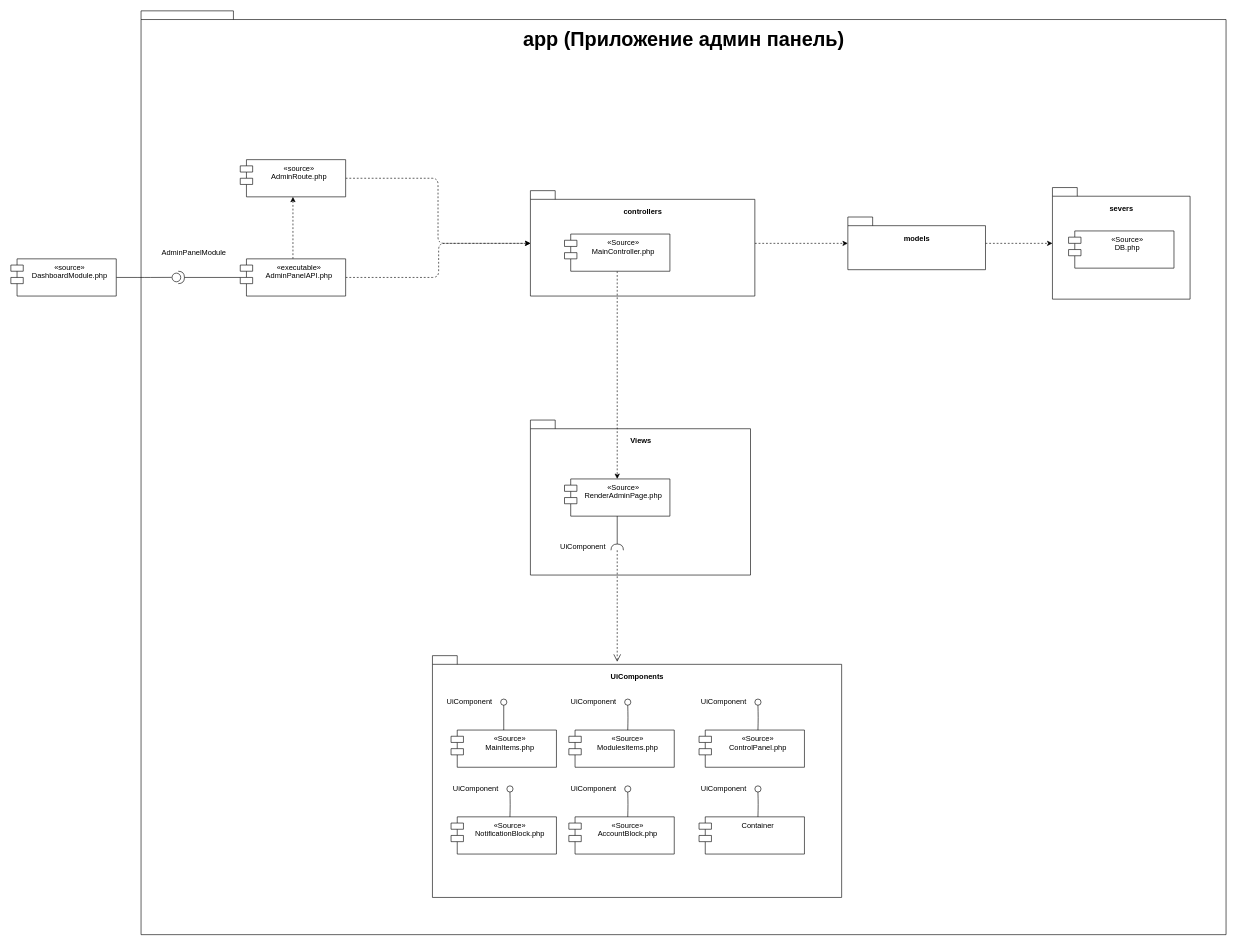
Above: component diagrams.drawio in VadimContentHunter/admin-panel (draw.io), before the change. Source tidied: cells renumbered, new cells numbered last; positions are measured from the earlier drawing's top-left corner, leaving out a move shared by most shapes. Both pictures are drawn from the tidied source at 62%, with x=0, y=0 at pixel (11, 11).
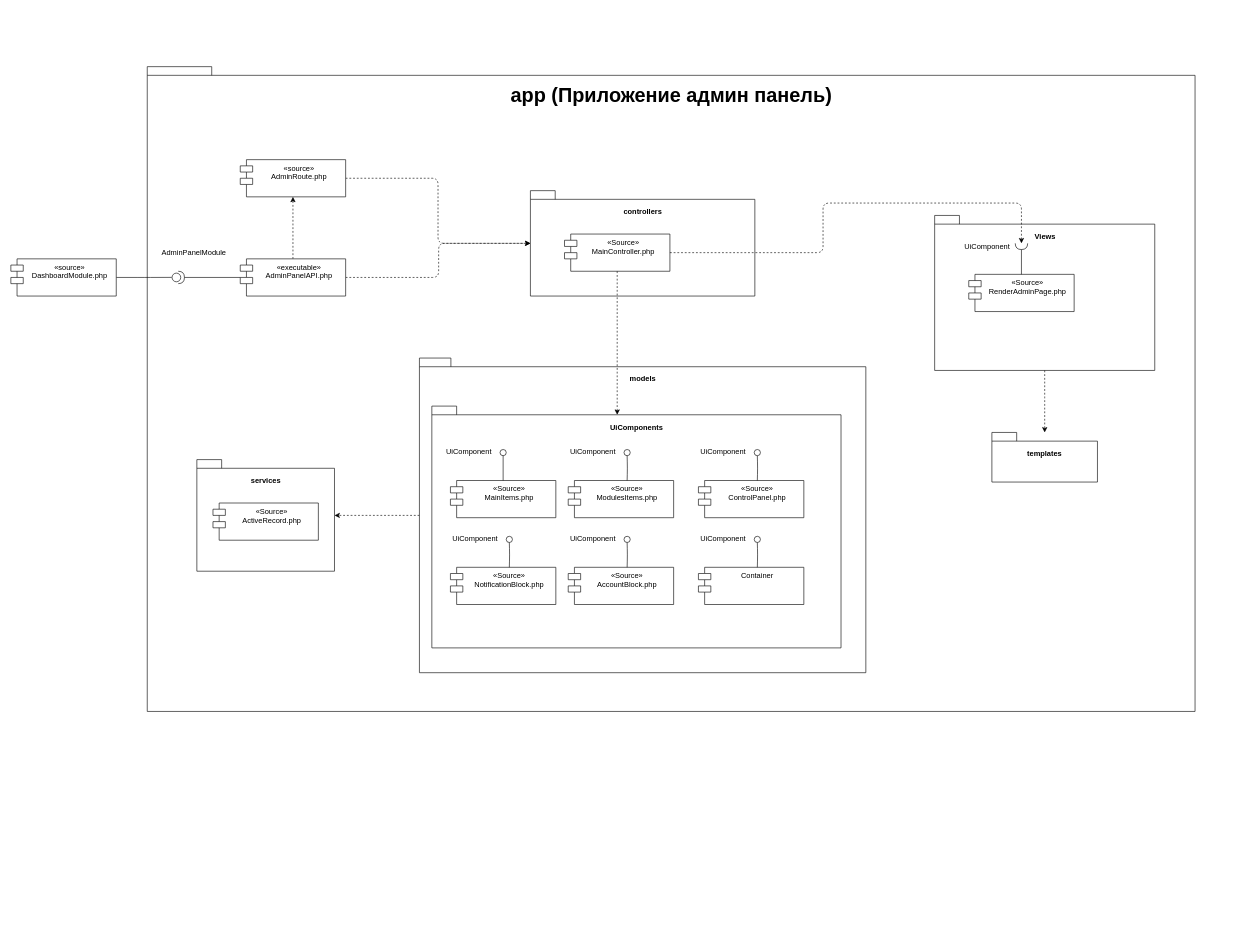
The same diagram, later.

The change refers to these unchanged cells:
```xml
<mxCell id="4" value="controllers" style="shape=folder;fontStyle=1;spacingTop=20;tabWidth=40;tabHeight=14;tabPosition=left;html=1;verticalAlign=top;" parent="1" vertex="1">
  <mxGeometry x="838" y="290" width="362" height="170" as="geometry" />
</mxCell>
<mxCell id="16" value="«executable»&#10;AdminPanelAPI.php" style="shape=module;align=left;spacingLeft=20;align=center;verticalAlign=top;" parent="1" vertex="1">
  <mxGeometry x="370" y="400" width="170" height="60" as="geometry" />
</mxCell>
<mxCell id="21" value="«Source»&#10;MainController.php" style="shape=module;align=left;spacingLeft=20;align=center;verticalAlign=top;" parent="1" vertex="1">
  <mxGeometry x="893" y="360" width="170" height="60" as="geometry" />
</mxCell>
```

The edit, as a diff of the source:
```diff
@@
     <mxCell id="2" value="app (Приложение админ панель)" style="shape=folder;fontStyle=1;spacingTop=20;tabWidth=40;tabHeight=14;tabPosition=left;html=1;fontSize=32;verticalAlign=top;" parent="1" vertex="1">
-      <mxGeometry x="210" width="1750" height="1490" as="geometry" />
+      <mxGeometry x="220" y="90" width="1690" height="1040" as="geometry" />
     </mxCell>
-    <mxCell id="3" style="edgeStyle=orthogonalEdgeStyle;rounded=1;html=1;dashed=1;" parent="1" edge="1" source="4" target="23">
-      <mxGeometry relative="1" as="geometry" />
-    </mxCell>
@@
-    <mxCell id="5" style="group;" parent="1" vertex="1">
-      <mxGeometry x="838" y="660" width="355" height="250" as="geometry" />
-    </mxCell>
-    <mxCell id="6" value="Views" style="shape=folder;fontStyle=1;spacingTop=20;tabWidth=40;tabHeight=14;tabPosition=left;html=1;fontColor=default;verticalAlign=top;" parent="5" vertex="1">
-      <mxGeometry width="355" height="250" as="geometry" />
-    </mxCell>
-    <mxCell id="7" value="«Source»&#10;RenderAdminPage.php" style="shape=module;align=left;spacingLeft=20;align=center;verticalAlign=top;" parent="5" vertex="1">
-      <mxGeometry x="55" y="95" width="170" height="60" as="geometry" />
-    </mxCell>
-    <mxCell id="8" style="rounded=0;jettySize=auto;html=1;endArrow=none;endFill=0;sketch=0;sourcePerimeterSpacing=0;targetPerimeterSpacing=0;" parent="5" edge="1" source="7" target="10">
-      <mxGeometry relative="1" as="geometry" />
-    </mxCell>
-    <mxCell id="9" value="UiComponent" style="text;html=1;strokeColor=none;fillColor=none;align=center;verticalAlign=middle;whiteSpace=wrap;rounded=0;" parent="5" vertex="1">
-      <mxGeometry x="45" y="198.8" width="80" height="12.5" as="geometry" />
-    </mxCell>
-    <mxCell id="10" style="shape=requiredInterface;html=1;verticalLabelPosition=bottom;sketch=0;rotation=-90;fontColor=default;" parent="5" vertex="1">
-      <mxGeometry x="135" y="195" width="10" height="20" as="geometry" />
-    </mxCell>
-    <mxCell id="11" style="edgeStyle=orthogonalEdgeStyle;rounded=1;jumpStyle=none;html=1;dashed=1;strokeWidth=1;fontSize=12;fontColor=default;startArrow=none;startFill=0;endArrow=open;endFill=0;endSize=10;" parent="1" edge="1" source="10">
-      <mxGeometry relative="1" as="geometry">
-        <mxPoint x="978" y="1050" as="targetPoint" />
-      </mxGeometry>
-    </mxCell>
@@
-    <mxCell id="20" style="edgeStyle=orthogonalEdgeStyle;rounded=1;html=1;dashed=1;" parent="1" edge="1" source="21" target="7">
-      <mxGeometry relative="1" as="geometry" />
-    </mxCell>
@@
-    <mxCell id="23" value="models" style="shape=folder;fontStyle=1;spacingTop=20;tabWidth=40;tabHeight=14;tabPosition=left;html=1;verticalAlign=top;" parent="1" vertex="1">
-      <mxGeometry x="1350" y="332.5" width="222" height="85" as="geometry" />
-    </mxCell>
+    <mxCell id="52" style="shape=providedRequiredInterface;html=1;verticalLabelPosition=bottom;sketch=0;fontSize=32;" parent="1" vertex="1">
+      <mxGeometry x="260" y="420" width="20" height="20" as="geometry" />
+    </mxCell>
+    <mxCell id="53" style="edgeStyle=orthogonalEdgeStyle;rounded=1;jumpStyle=none;html=1;strokeWidth=1;fontColor=default;startArrow=none;startFill=0;endArrow=none;endFill=0;endSize=10;exitX=1;exitY=0.5;exitDx=0;exitDy=0;exitPerimeter=0;" parent="1" edge="1" source="52" target="16">
+      <mxGeometry relative="1" as="geometry" />
+    </mxCell>
+    <mxCell id="54" style="group;" parent="1" vertex="1">
+      <mxGeometry x="1490" y="330" width="355" height="250" as="geometry" />
+    </mxCell>
+    <mxCell id="6" value="Views" style="shape=folder;fontStyle=1;spacingTop=20;tabWidth=40;tabHeight=14;tabPosition=left;html=1;fontColor=default;verticalAlign=top;" parent="54" vertex="1">
+      <mxGeometry width="355" height="250" as="geometry" />
+    </mxCell>
+    <mxCell id="7" value="«Source»&#10;RenderAdminPage.php" style="shape=module;align=left;spacingLeft=20;align=center;verticalAlign=top;" parent="54" vertex="1">
+      <mxGeometry x="55" y="95" width="170" height="60" as="geometry" />
+    </mxCell>
+    <mxCell id="8" style="rounded=0;jettySize=auto;html=1;endArrow=none;endFill=0;sketch=0;sourcePerimeterSpacing=0;targetPerimeterSpacing=0;" parent="54" edge="1" source="7" target="10">
+      <mxGeometry relative="1" as="geometry" />
+    </mxCell>
+    <mxCell id="9" value="UiComponent" style="text;html=1;strokeColor=none;fillColor=none;align=center;verticalAlign=middle;whiteSpace=wrap;rounded=0;" parent="54" vertex="1">
+      <mxGeometry x="45" y="43.8" width="80" height="12.5" as="geometry" />
+    </mxCell>
+    <mxCell id="10" style="shape=requiredInterface;html=1;verticalLabelPosition=bottom;sketch=0;rotation=0;fontColor=default;direction=south;" parent="54" vertex="1">
+      <mxGeometry x="130" y="45" width="20" height="10" as="geometry" />
+    </mxCell>
+    <mxCell id="55" style="group;" parent="1" vertex="1">
+      <mxGeometry x="300" y="723.8" width="222" height="180" as="geometry" />
+    </mxCell>
-    <mxCell id="24" value="severs" style="shape=folder;fontStyle=1;spacingTop=20;tabWidth=40;tabHeight=14;tabPosition=left;html=1;verticalAlign=top;" parent="1" vertex="1">
-      <mxGeometry x="1680" y="285" width="222" height="180" as="geometry" />
+    <mxCell id="24" value="services" style="shape=folder;fontStyle=1;spacingTop=20;tabWidth=40;tabHeight=14;tabPosition=left;html=1;verticalAlign=top;" parent="55" vertex="1">
+      <mxGeometry width="222" height="180" as="geometry" />
     </mxCell>
-    <mxCell id="25" value="«Source»&#10;DB.php" style="shape=module;align=left;spacingLeft=20;align=center;verticalAlign=top;" parent="1" vertex="1">
-      <mxGeometry x="1706" y="355" width="170" height="60" as="geometry" />
+    <mxCell id="25" value="«Source»&#10;ActiveRecord.php" style="shape=module;align=left;spacingLeft=20;align=center;verticalAlign=top;" parent="55" vertex="1">
+      <mxGeometry x="26" y="70" width="170" height="60" as="geometry" />
     </mxCell>
-    <mxCell id="26" style="group;" parent="1" vertex="1">
-      <mxGeometry x="680" y="1040" width="660" height="390" as="geometry" />
-    </mxCell>
+    <mxCell id="20" style="edgeStyle=orthogonalEdgeStyle;rounded=1;html=1;dashed=1;entryX=0;entryY=0.5;entryDx=0;entryDy=0;entryPerimeter=0;" parent="1" edge="1" source="21" target="10">
+      <mxGeometry relative="1" as="geometry">
+        <Array as="points">
+          <mxPoint x="1310" y="390" />
+          <mxPoint x="1310" y="310" />
+          <mxPoint x="1630" y="310" />
+        </Array>
+      </mxGeometry>
+    </mxCell>
+    <mxCell id="23" value="models" style="shape=folder;fontStyle=1;spacingTop=20;tabWidth=40;tabHeight=14;tabPosition=left;html=1;verticalAlign=top;" parent="1" vertex="1">
+      <mxGeometry x="659" y="560" width="720" height="507.5" as="geometry" />
+    </mxCell>
+    <mxCell id="56" style="group;" parent="1" vertex="1">
+      <mxGeometry x="679" y="637.5" width="660" height="390" as="geometry" />
+    </mxCell>
-    <mxCell id="27" value="UiComponents" style="shape=folder;fontStyle=1;spacingTop=20;tabWidth=40;tabHeight=14;tabPosition=left;align=center;spacing=2;fontColor=default;html=1;verticalAlign=top;" parent="26" vertex="1">
+    <mxCell id="27" value="UiComponents" style="shape=folder;fontStyle=1;spacingTop=20;tabWidth=40;tabHeight=14;tabPosition=left;align=center;spacing=2;fontColor=default;html=1;verticalAlign=top;" parent="56" vertex="1">
       <mxGeometry width="660" height="390" as="geometry" />
     </mxCell>
-    <mxCell id="28" value="«Source»&#10;MainItems.php" style="shape=module;align=left;spacingLeft=20;align=center;verticalAlign=top;" parent="26" vertex="1">
+    <mxCell id="28" value="«Source»&#10;MainItems.php" style="shape=module;align=left;spacingLeft=20;align=center;verticalAlign=top;" parent="56" vertex="1">
       <mxGeometry x="30" y="120" width="170" height="60" as="geometry" />
     </mxCell>
-    <mxCell id="29" value="«Source»&#10;ModulesItems.php" style="shape=module;align=left;spacingLeft=20;align=center;verticalAlign=top;" parent="26" vertex="1">
+    <mxCell id="29" value="«Source»&#10;ModulesItems.php" style="shape=module;align=left;spacingLeft=20;align=center;verticalAlign=top;" parent="56" vertex="1">
       <mxGeometry x="220" y="120" width="170" height="60" as="geometry" />
     </mxCell>
-    <mxCell id="30" value="«Source»&#10;ControlPanel.php" style="shape=module;align=left;spacingLeft=20;align=center;verticalAlign=top;" parent="26" vertex="1">
+    <mxCell id="30" value="«Source»&#10;ControlPanel.php" style="shape=module;align=left;spacingLeft=20;align=center;verticalAlign=top;" parent="56" vertex="1">
       <mxGeometry x="430" y="120" width="170" height="60" as="geometry" />
     </mxCell>
-    <mxCell id="31" value="«Source»&#10;NotificationBlock.php" style="shape=module;align=left;spacingLeft=20;align=center;verticalAlign=top;" parent="26" vertex="1">
+    <mxCell id="31" value="«Source»&#10;NotificationBlock.php" style="shape=module;align=left;spacingLeft=20;align=center;verticalAlign=top;" parent="56" vertex="1">
       <mxGeometry x="30" y="260" width="170" height="60" as="geometry" />
     </mxCell>
-    <mxCell id="32" value="«Source»&#10;AccountBlock.php" style="shape=module;align=left;spacingLeft=20;align=center;verticalAlign=top;" parent="26" vertex="1">
+    <mxCell id="32" value="«Source»&#10;AccountBlock.php" style="shape=module;align=left;spacingLeft=20;align=center;verticalAlign=top;" parent="56" vertex="1">
       <mxGeometry x="220" y="260" width="170" height="60" as="geometry" />
     </mxCell>
-    <mxCell id="33" value="Container" style="shape=module;align=left;spacingLeft=20;align=center;verticalAlign=top;" parent="26" vertex="1">
+    <mxCell id="33" value="Container" style="shape=module;align=left;spacingLeft=20;align=center;verticalAlign=top;" parent="56" vertex="1">
       <mxGeometry x="430" y="260" width="170" height="60" as="geometry" />
     </mxCell>
-    <mxCell id="34" style="ellipse;whiteSpace=wrap;html=1;align=center;points=[];outlineConnect=0;sketch=0;strokeWidth=1;fontSize=12;" parent="26" vertex="1">
+    <mxCell id="34" style="ellipse;whiteSpace=wrap;html=1;align=center;points=[];outlineConnect=0;sketch=0;strokeWidth=1;fontSize=12;" parent="56" vertex="1">
       <mxGeometry x="110" y="70" width="10" height="10" as="geometry" />
     </mxCell>
-    <mxCell id="35" style="edgeStyle=orthogonalEdgeStyle;rounded=1;jumpStyle=none;html=1;strokeWidth=1;fontColor=default;startArrow=none;startFill=0;endArrow=none;endFill=0;endSize=10;" parent="26" edge="1" source="28" target="34">
+    <mxCell id="35" style="edgeStyle=orthogonalEdgeStyle;rounded=1;jumpStyle=none;html=1;strokeWidth=1;fontColor=default;startArrow=none;startFill=0;endArrow=none;endFill=0;endSize=10;" parent="56" edge="1" source="28" target="34">
       <mxGeometry relative="1" as="geometry" />
     </mxCell>
-    <mxCell id="36" value="UiComponent" style="text;html=1;strokeColor=none;fillColor=none;align=center;verticalAlign=middle;whiteSpace=wrap;rounded=0;" parent="26" vertex="1">
+    <mxCell id="36" value="UiComponent" style="text;html=1;strokeColor=none;fillColor=none;align=center;verticalAlign=middle;whiteSpace=wrap;rounded=0;" parent="56" vertex="1">
       <mxGeometry x="20" y="67.5" width="80" height="12.5" as="geometry" />
     </mxCell>
-    <mxCell id="37" style="ellipse;whiteSpace=wrap;html=1;align=center;points=[];outlineConnect=0;sketch=0;strokeWidth=1;fontSize=12;" parent="26" vertex="1">
+    <mxCell id="37" style="ellipse;whiteSpace=wrap;html=1;align=center;points=[];outlineConnect=0;sketch=0;strokeWidth=1;fontSize=12;" parent="56" vertex="1">
       <mxGeometry x="310" y="70" width="10" height="10" as="geometry" />
     </mxCell>
-    <mxCell id="38" style="edgeStyle=orthogonalEdgeStyle;rounded=1;jumpStyle=none;html=1;strokeWidth=1;fontColor=default;startArrow=none;startFill=0;endArrow=none;endFill=0;endSize=10;" parent="26" edge="1" target="37">
+    <mxCell id="38" style="edgeStyle=orthogonalEdgeStyle;rounded=1;jumpStyle=none;html=1;strokeWidth=1;fontColor=default;startArrow=none;startFill=0;endArrow=none;endFill=0;endSize=10;" parent="56" edge="1" target="37">
       <mxGeometry relative="1" as="geometry">
         <mxPoint x="315" y="120" as="sourcePoint" />
       </mxGeometry>
     </mxCell>
-    <mxCell id="39" value="UiComponent" style="text;html=1;strokeColor=none;fillColor=none;align=center;verticalAlign=middle;whiteSpace=wrap;rounded=0;" parent="26" vertex="1">
+    <mxCell id="39" value="UiComponent" style="text;html=1;strokeColor=none;fillColor=none;align=center;verticalAlign=middle;whiteSpace=wrap;rounded=0;" parent="56" vertex="1">
       <mxGeometry x="220" y="67.5" width="80" height="12.5" as="geometry" />
     </mxCell>
-    <mxCell id="40" style="ellipse;whiteSpace=wrap;html=1;align=center;points=[];outlineConnect=0;sketch=0;strokeWidth=1;fontSize=12;" parent="26" vertex="1">
+    <mxCell id="40" style="ellipse;whiteSpace=wrap;html=1;align=center;points=[];outlineConnect=0;sketch=0;strokeWidth=1;fontSize=12;" parent="56" vertex="1">
       <mxGeometry x="520" y="70" width="10" height="10" as="geometry" />
     </mxCell>
-    <mxCell id="41" style="edgeStyle=orthogonalEdgeStyle;rounded=1;jumpStyle=none;html=1;strokeWidth=1;fontColor=default;startArrow=none;startFill=0;endArrow=none;endFill=0;endSize=10;" parent="26" edge="1" target="40">
+    <mxCell id="41" style="edgeStyle=orthogonalEdgeStyle;rounded=1;jumpStyle=none;html=1;strokeWidth=1;fontColor=default;startArrow=none;startFill=0;endArrow=none;endFill=0;endSize=10;" parent="56" edge="1" target="40">
       <mxGeometry relative="1" as="geometry">
         <mxPoint x="525" y="120" as="sourcePoint" />
       </mxGeometry>
     </mxCell>
-    <mxCell id="42" value="UiComponent" style="text;html=1;strokeColor=none;fillColor=none;align=center;verticalAlign=middle;whiteSpace=wrap;rounded=0;" parent="26" vertex="1">
+    <mxCell id="42" value="UiComponent" style="text;html=1;strokeColor=none;fillColor=none;align=center;verticalAlign=middle;whiteSpace=wrap;rounded=0;" parent="56" vertex="1">
       <mxGeometry x="430" y="67.5" width="80" height="12.5" as="geometry" />
     </mxCell>
-    <mxCell id="43" style="ellipse;whiteSpace=wrap;html=1;align=center;points=[];outlineConnect=0;sketch=0;strokeWidth=1;fontSize=12;" parent="26" vertex="1">
+    <mxCell id="43" style="ellipse;whiteSpace=wrap;html=1;align=center;points=[];outlineConnect=0;sketch=0;strokeWidth=1;fontSize=12;" parent="56" vertex="1">
       <mxGeometry x="520" y="210" width="10" height="10" as="geometry" />
     </mxCell>
-    <mxCell id="44" style="edgeStyle=orthogonalEdgeStyle;rounded=1;jumpStyle=none;html=1;strokeWidth=1;fontColor=default;startArrow=none;startFill=0;endArrow=none;endFill=0;endSize=10;" parent="26" edge="1" target="43">
+    <mxCell id="44" style="edgeStyle=orthogonalEdgeStyle;rounded=1;jumpStyle=none;html=1;strokeWidth=1;fontColor=default;startArrow=none;startFill=0;endArrow=none;endFill=0;endSize=10;" parent="56" edge="1" target="43">
       <mxGeometry relative="1" as="geometry">
         <mxPoint x="525" y="260" as="sourcePoint" />
       </mxGeometry>
     </mxCell>
-    <mxCell id="45" value="UiComponent" style="text;html=1;strokeColor=none;fillColor=none;align=center;verticalAlign=middle;whiteSpace=wrap;rounded=0;" parent="26" vertex="1">
+    <mxCell id="45" value="UiComponent" style="text;html=1;strokeColor=none;fillColor=none;align=center;verticalAlign=middle;whiteSpace=wrap;rounded=0;" parent="56" vertex="1">
       <mxGeometry x="430" y="207.5" width="80" height="12.5" as="geometry" />
     </mxCell>
-    <mxCell id="46" style="ellipse;whiteSpace=wrap;html=1;align=center;points=[];outlineConnect=0;sketch=0;strokeWidth=1;fontSize=12;" parent="26" vertex="1">
+    <mxCell id="46" style="ellipse;whiteSpace=wrap;html=1;align=center;points=[];outlineConnect=0;sketch=0;strokeWidth=1;fontSize=12;" parent="56" vertex="1">
       <mxGeometry x="310" y="210" width="10" height="10" as="geometry" />
     </mxCell>
-    <mxCell id="47" style="edgeStyle=orthogonalEdgeStyle;rounded=1;jumpStyle=none;html=1;strokeWidth=1;fontColor=default;startArrow=none;startFill=0;endArrow=none;endFill=0;endSize=10;" parent="26" edge="1" target="46">
+    <mxCell id="47" style="edgeStyle=orthogonalEdgeStyle;rounded=1;jumpStyle=none;html=1;strokeWidth=1;fontColor=default;startArrow=none;startFill=0;endArrow=none;endFill=0;endSize=10;" parent="56" edge="1" target="46">
       <mxGeometry relative="1" as="geometry">
         <mxPoint x="315" y="260" as="sourcePoint" />
       </mxGeometry>
     </mxCell>
-    <mxCell id="48" value="UiComponent" style="text;html=1;strokeColor=none;fillColor=none;align=center;verticalAlign=middle;whiteSpace=wrap;rounded=0;" parent="26" vertex="1">
+    <mxCell id="48" value="UiComponent" style="text;html=1;strokeColor=none;fillColor=none;align=center;verticalAlign=middle;whiteSpace=wrap;rounded=0;" parent="56" vertex="1">
       <mxGeometry x="220" y="207.5" width="80" height="12.5" as="geometry" />
     </mxCell>
-    <mxCell id="49" style="ellipse;whiteSpace=wrap;html=1;align=center;points=[];outlineConnect=0;sketch=0;strokeWidth=1;fontSize=12;" parent="26" vertex="1">
+    <mxCell id="49" style="ellipse;whiteSpace=wrap;html=1;align=center;points=[];outlineConnect=0;sketch=0;strokeWidth=1;fontSize=12;" parent="56" vertex="1">
       <mxGeometry x="120" y="210" width="10" height="10" as="geometry" />
     </mxCell>
-    <mxCell id="50" style="edgeStyle=orthogonalEdgeStyle;rounded=1;jumpStyle=none;html=1;strokeWidth=1;fontColor=default;startArrow=none;startFill=0;endArrow=none;endFill=0;endSize=10;" parent="26" edge="1" target="49">
+    <mxCell id="50" style="edgeStyle=orthogonalEdgeStyle;rounded=1;jumpStyle=none;html=1;strokeWidth=1;fontColor=default;startArrow=none;startFill=0;endArrow=none;endFill=0;endSize=10;" parent="56" edge="1" target="49">
       <mxGeometry relative="1" as="geometry">
         <mxPoint x="125" y="260" as="sourcePoint" />
       </mxGeometry>
     </mxCell>
-    <mxCell id="51" value="UiComponent" style="text;html=1;strokeColor=none;fillColor=none;align=center;verticalAlign=middle;whiteSpace=wrap;rounded=0;" parent="26" vertex="1">
+    <mxCell id="51" value="UiComponent" style="text;html=1;strokeColor=none;fillColor=none;align=center;verticalAlign=middle;whiteSpace=wrap;rounded=0;" parent="56" vertex="1">
       <mxGeometry x="30" y="207.5" width="80" height="12.5" as="geometry" />
     </mxCell>
-    <mxCell id="52" style="shape=providedRequiredInterface;html=1;verticalLabelPosition=bottom;sketch=0;fontSize=32;" parent="1" vertex="1">
-      <mxGeometry x="260" y="420" width="20" height="20" as="geometry" />
-    </mxCell>
-    <mxCell id="53" style="edgeStyle=orthogonalEdgeStyle;rounded=1;jumpStyle=none;html=1;strokeWidth=1;fontColor=default;startArrow=none;startFill=0;endArrow=none;endFill=0;endSize=10;exitX=1;exitY=0.5;exitDx=0;exitDy=0;exitPerimeter=0;" parent="1" edge="1" source="52" target="16">
-      <mxGeometry relative="1" as="geometry" />
-    </mxCell>
+    <mxCell id="57" style="edgeStyle=orthogonalEdgeStyle;html=1;entryX=0.453;entryY=0.036;entryDx=0;entryDy=0;entryPerimeter=0;dashed=1;" parent="1" edge="1" source="21" target="27">
+      <mxGeometry relative="1" as="geometry" />
+    </mxCell>
+    <mxCell id="58" value="templates" style="shape=folder;fontStyle=1;spacingTop=20;tabWidth=40;tabHeight=14;tabPosition=left;html=1;verticalAlign=top;" parent="1" vertex="1">
+      <mxGeometry x="1582.3" y="680" width="170.3" height="80" as="geometry" />
+    </mxCell>
+    <mxCell id="59" style="edgeStyle=orthogonalEdgeStyle;html=1;dashed=1;" parent="1" edge="1" source="6" target="58">
+      <mxGeometry relative="1" as="geometry" />
+    </mxCell>
```
